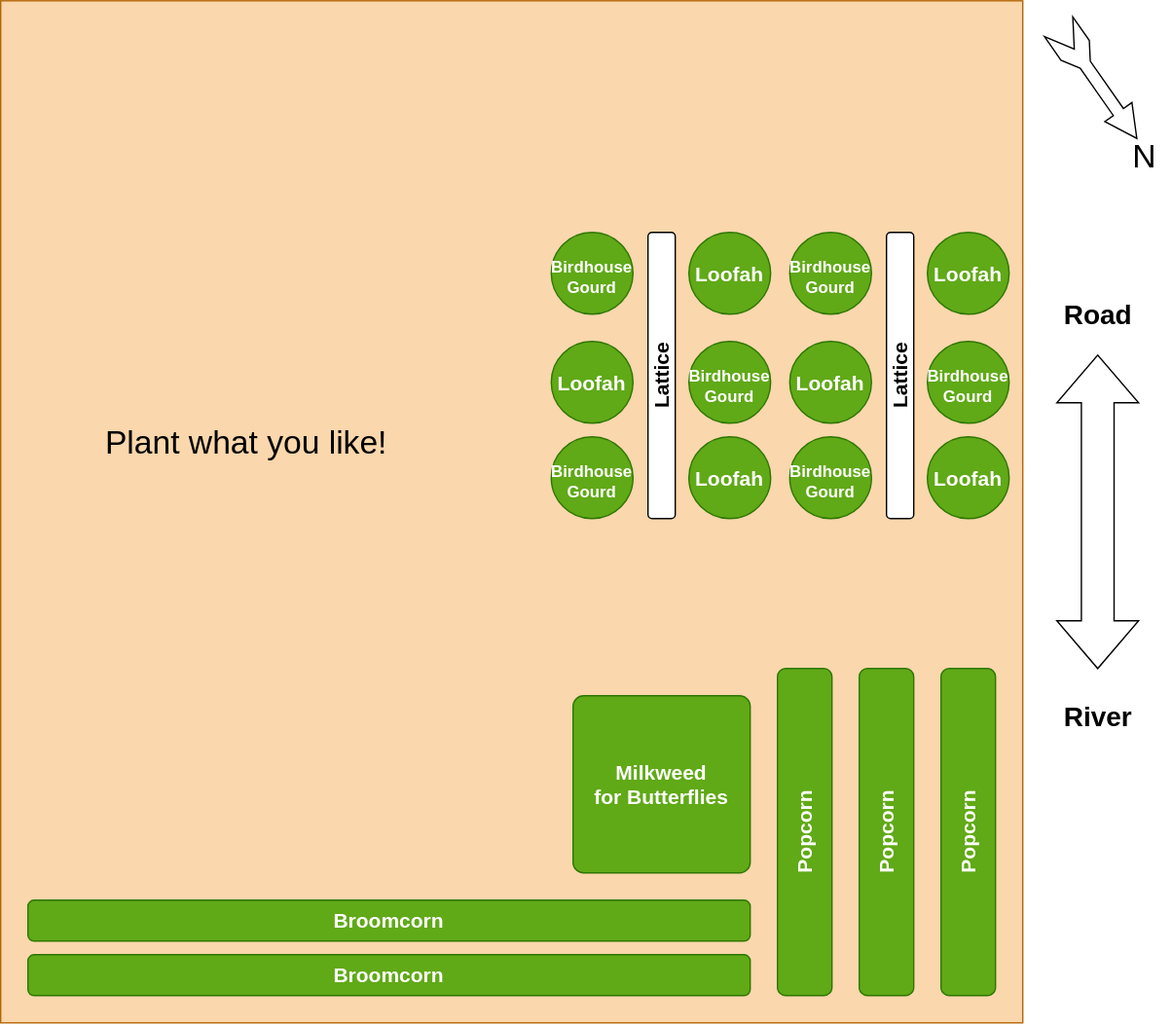
Above: assets/garden_diagram.svg in cspack170ct/garden (draw.io), before the change. Source tidied: cells renumbered, new cells last; positions are measured from the earlier drawing's top-left corner, leaving out a move shared by most shapes.
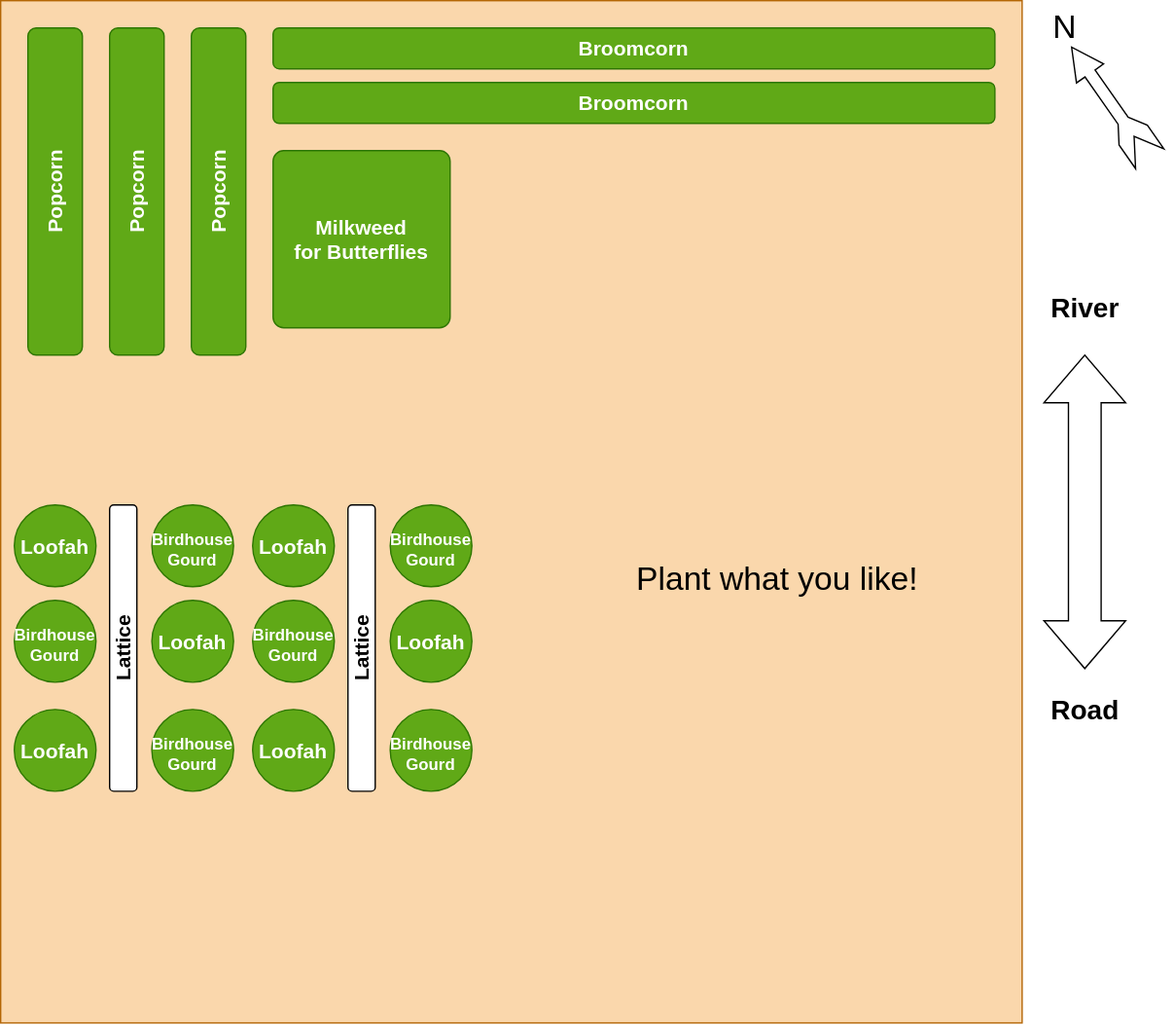
The same diagram one commit later.

Commit message:
flip map orientation, add section title and link to kolp lot maps

The edit, as a diff of the source:
```diff
@@ -2,92 +2,98 @@
   <root>
     <mxCell id="0" />
     <mxCell id="1" parent="0" />
-    <mxCell id="2" style="whiteSpace=wrap;html=1;fillColor=#fad7ac;strokeColor=#b46504;" parent="1" vertex="1">
+    <mxCell id="2" style="whiteSpace=wrap;html=1;fillColor=#fad7ac;strokeColor=#b46504;rotation=-180;" parent="1" vertex="1">
       <mxGeometry width="750" height="750" as="geometry" />
     </mxCell>
-    <mxCell id="3" value="Broomcorn" style="rounded=1;whiteSpace=wrap;html=1;fillColor=#60a917;fontColor=light-dark(#FFFFFF,#F2F2F2);strokeColor=#2D7600;fontStyle=1;fontSize=15;" parent="1" vertex="1">
-      <mxGeometry x="20" y="700" width="530" height="30" as="geometry" />
+    <mxCell id="3" value="Broomcorn" style="rounded=1;whiteSpace=wrap;html=1;fillColor=#60a917;fontColor=light-dark(#FFFFFF,#F2F2F2);strokeColor=#2D7600;fontStyle=1;fontSize=15;rotation=0;" parent="1" vertex="1">
+      <mxGeometry x="200" y="20" width="530" height="30" as="geometry" />
     </mxCell>
-    <mxCell id="4" value="Popcorn" style="rounded=1;whiteSpace=wrap;html=1;horizontal=0;fillColor=#60a917;fontColor=light-dark(#FFFFFF,#F2F2F2);strokeColor=#2D7600;fontStyle=1;fontSize=15;" parent="1" vertex="1">
-      <mxGeometry x="690" y="490" width="40" height="240" as="geometry" />
+    <mxCell id="4" value="Popcorn" style="rounded=1;whiteSpace=wrap;html=1;horizontal=0;fillColor=#60a917;fontColor=light-dark(#FFFFFF,#F2F2F2);strokeColor=#2D7600;fontStyle=1;fontSize=15;rotation=0;" parent="1" vertex="1">
+      <mxGeometry x="20" y="20" width="40" height="240" as="geometry" />
     </mxCell>
-    <mxCell id="5" style="html=1;shadow=0;dashed=0;align=center;verticalAlign=middle;shape=mxgraph.arrows2.twoWayArrow;dy=0.6;dx=35;rotation=90;fillColor=light-dark(#FFFFFF,#404040);" parent="1" vertex="1">
-      <mxGeometry x="690" y="345" width="230" height="60" as="geometry" />
-    </mxCell>
-    <mxCell id="6" value="River" style="text;html=1;align=center;verticalAlign=middle;strokeColor=none;fillColor=none;fontSize=20;fontStyle=1;" parent="1" vertex="1">
-      <mxGeometry x="770" y="505" width="70" height="40" as="geometry" />
-    </mxCell>
-    <mxCell id="7" value="Road" style="text;html=1;align=center;verticalAlign=middle;strokeColor=none;fillColor=none;fontSize=20;fontStyle=1;" parent="1" vertex="1">
-      <mxGeometry x="770" y="210" width="70" height="40" as="geometry" />
-    </mxCell>
-    <mxCell id="8" value="Broomcorn" style="rounded=1;whiteSpace=wrap;html=1;fillColor=#60a917;fontColor=light-dark(#FFFFFF,#F2F2F2);strokeColor=#2D7600;fontStyle=1;fontSize=15;" parent="1" vertex="1">
-      <mxGeometry x="20" y="660" width="530" height="30" as="geometry" />
+    <mxCell id="8" value="Broomcorn" style="rounded=1;whiteSpace=wrap;html=1;fillColor=#60a917;fontColor=light-dark(#FFFFFF,#F2F2F2);strokeColor=#2D7600;fontStyle=1;fontSize=15;rotation=0;" parent="1" vertex="1">
+      <mxGeometry x="200" y="60" width="530" height="30" as="geometry" />
     </mxCell>
-    <mxCell id="9" value="Popcorn" style="rounded=1;whiteSpace=wrap;html=1;horizontal=0;fillColor=#60a917;fontColor=light-dark(#FFFFFF,#F2F2F2);strokeColor=#2D7600;fontStyle=1;fontSize=15;" parent="1" vertex="1">
-      <mxGeometry x="630" y="490" width="40" height="240" as="geometry" />
+    <mxCell id="9" value="Popcorn" style="rounded=1;whiteSpace=wrap;html=1;horizontal=0;fillColor=#60a917;fontColor=light-dark(#FFFFFF,#F2F2F2);strokeColor=#2D7600;fontStyle=1;fontSize=15;rotation=0;" parent="1" vertex="1">
+      <mxGeometry x="80" y="20" width="40" height="240" as="geometry" />
     </mxCell>
-    <mxCell id="10" value="Popcorn" style="rounded=1;whiteSpace=wrap;html=1;horizontal=0;fillColor=#60a917;fontColor=light-dark(#FFFFFF,#F2F2F2);strokeColor=#2D7600;fontStyle=1;fontSize=15;" parent="1" vertex="1">
-      <mxGeometry x="570" y="490" width="40" height="240" as="geometry" />
+    <mxCell id="10" value="Popcorn" style="rounded=1;whiteSpace=wrap;html=1;horizontal=0;fillColor=#60a917;fontColor=light-dark(#FFFFFF,#F2F2F2);strokeColor=#2D7600;fontStyle=1;fontSize=15;rotation=0;" parent="1" vertex="1">
+      <mxGeometry x="140" y="20" width="40" height="240" as="geometry" />
     </mxCell>
-    <mxCell id="11" value="&lt;div&gt;Milkweed&lt;/div&gt;&lt;div&gt;for Butterflies&lt;/div&gt;" style="rounded=1;whiteSpace=wrap;html=1;arcSize=6;fillColor=#60a917;fontColor=light-dark(#FFFFFF,#F2F2F2);strokeColor=#2D7600;fontStyle=1;fontSize=15;" parent="1" vertex="1">
-      <mxGeometry x="420" y="510" width="130" height="130" as="geometry" />
+    <mxCell id="11" value="&lt;div&gt;Milkweed&lt;/div&gt;&lt;div&gt;for Butterflies&lt;/div&gt;" style="rounded=1;whiteSpace=wrap;html=1;arcSize=6;fillColor=#60a917;fontColor=light-dark(#FFFFFF,#F2F2F2);strokeColor=#2D7600;fontStyle=1;fontSize=15;rotation=0;" parent="1" vertex="1">
+      <mxGeometry x="200" y="110" width="130" height="130" as="geometry" />
     </mxCell>
-    <mxCell id="12" style="group;" parent="1" vertex="1">
-      <mxGeometry x="560" y="140" width="180" height="240" as="geometry" />
+    <mxCell id="12" style="group;rotation=-180;" parent="1" vertex="1">
+      <mxGeometry x="10" y="370" width="180" height="240" as="geometry" />
     </mxCell>
-    <mxCell id="13" value="Lattice" style="rounded=1;whiteSpace=wrap;html=1;horizontal=0;fillColor=light-dark(#FFFFFF,#707070);fontStyle=1;fontSize=15;" parent="12" vertex="1">
-      <mxGeometry x="90" y="30" width="20" height="210" as="geometry" />
+    <mxCell id="13" value="Lattice" style="rounded=1;whiteSpace=wrap;html=1;horizontal=0;fillColor=light-dark(#FFFFFF,#707070);fontStyle=1;fontSize=15;rotation=0;" parent="12" vertex="1">
+      <mxGeometry x="70" width="20" height="210" as="geometry" />
     </mxCell>
-    <mxCell id="14" value="&lt;div&gt;Birdhouse&lt;/div&gt;&lt;div&gt;Gourd&lt;/div&gt;" style="ellipse;whiteSpace=wrap;html=1;fillColor=#60a917;fontColor=light-dark(#FFFFFF,#F2F2F2);strokeColor=#2D7600;fontStyle=1;fontSize=12;spacingTop=6;" parent="12" vertex="1">
-      <mxGeometry x="19" y="30" width="60" height="60" as="geometry" />
+    <mxCell id="14" value="&lt;div&gt;Birdhouse&lt;/div&gt;&lt;div&gt;Gourd&lt;/div&gt;" style="ellipse;whiteSpace=wrap;html=1;fillColor=#60a917;fontColor=light-dark(#FFFFFF,#F2F2F2);strokeColor=#2D7600;fontStyle=1;fontSize=12;spacingTop=6;rotation=0;" parent="12" vertex="1">
+      <mxGeometry x="101" y="150" width="60" height="60" as="geometry" />
     </mxCell>
-    <mxCell id="15" value="Loofah" style="ellipse;whiteSpace=wrap;html=1;fillColor=#60a917;fontColor=light-dark(#FFFFFF,#F2F2F2);strokeColor=#2D7600;fontStyle=1;fontSize=15;" parent="12" vertex="1">
-      <mxGeometry x="19" y="110" width="60" height="60" as="geometry" />
+    <mxCell id="15" value="Loofah" style="ellipse;whiteSpace=wrap;html=1;fillColor=#60a917;fontColor=light-dark(#FFFFFF,#F2F2F2);strokeColor=#2D7600;fontStyle=1;fontSize=15;rotation=0;" parent="12" vertex="1">
+      <mxGeometry x="101" y="70" width="60" height="60" as="geometry" />
     </mxCell>
-    <mxCell id="16" value="&lt;div&gt;Birdhouse&lt;/div&gt;&lt;div&gt;Gourd&lt;/div&gt;" style="ellipse;whiteSpace=wrap;html=1;fillColor=#60a917;fontColor=light-dark(#FFFFFF,#F2F2F2);strokeColor=#2D7600;fontStyle=1;fontSize=12;spacingTop=6;" parent="12" vertex="1">
-      <mxGeometry x="19" y="180" width="60" height="60" as="geometry" />
+    <mxCell id="16" value="&lt;div&gt;Birdhouse&lt;/div&gt;&lt;div&gt;Gourd&lt;/div&gt;" style="ellipse;whiteSpace=wrap;html=1;fillColor=#60a917;fontColor=light-dark(#FFFFFF,#F2F2F2);strokeColor=#2D7600;fontStyle=1;fontSize=12;spacingTop=6;rotation=0;" parent="12" vertex="1">
+      <mxGeometry x="101" width="60" height="60" as="geometry" />
     </mxCell>
-    <mxCell id="17" value="Loofah" style="ellipse;whiteSpace=wrap;html=1;fillColor=#60a917;fontColor=light-dark(#FFFFFF,#F2F2F2);strokeColor=#2D7600;fontStyle=1;fontSize=15;" parent="12" vertex="1">
-      <mxGeometry x="120" y="30" width="60" height="60" as="geometry" />
+    <mxCell id="17" value="Loofah" style="ellipse;whiteSpace=wrap;html=1;fillColor=#60a917;fontColor=light-dark(#FFFFFF,#F2F2F2);strokeColor=#2D7600;fontStyle=1;fontSize=15;rotation=0;" parent="12" vertex="1">
+      <mxGeometry y="150" width="60" height="60" as="geometry" />
     </mxCell>
-    <mxCell id="18" value="&lt;div&gt;Birdhouse&lt;/div&gt;&lt;div&gt;Gourd&lt;/div&gt;" style="ellipse;whiteSpace=wrap;html=1;fillColor=#60a917;fontColor=light-dark(#FFFFFF,#F2F2F2);strokeColor=#2D7600;fontStyle=1;fontSize=12;spacingTop=6;" parent="12" vertex="1">
-      <mxGeometry x="120" y="110" width="60" height="60" as="geometry" />
+    <mxCell id="18" value="&lt;div&gt;Birdhouse&lt;/div&gt;&lt;div&gt;Gourd&lt;/div&gt;" style="ellipse;whiteSpace=wrap;html=1;fillColor=#60a917;fontColor=light-dark(#FFFFFF,#F2F2F2);strokeColor=#2D7600;fontStyle=1;fontSize=12;spacingTop=6;rotation=0;" parent="12" vertex="1">
+      <mxGeometry y="70" width="60" height="60" as="geometry" />
     </mxCell>
-    <mxCell id="19" value="Loofah" style="ellipse;whiteSpace=wrap;html=1;fillColor=#60a917;fontColor=light-dark(#FFFFFF,#F2F2F2);strokeColor=#2D7600;fontStyle=1;fontSize=15;" parent="12" vertex="1">
-      <mxGeometry x="120" y="180" width="60" height="60" as="geometry" />
+    <mxCell id="19" value="Loofah" style="ellipse;whiteSpace=wrap;html=1;fillColor=#60a917;fontColor=light-dark(#FFFFFF,#F2F2F2);strokeColor=#2D7600;fontStyle=1;fontSize=15;rotation=0;" parent="12" vertex="1">
+      <mxGeometry width="60" height="60" as="geometry" />
     </mxCell>
-    <mxCell id="20" style="group;" parent="1" vertex="1">
-      <mxGeometry x="385" y="140" width="180" height="240" as="geometry" />
+    <mxCell id="20" style="group;rotation=-180;" parent="1" vertex="1">
+      <mxGeometry x="185" y="370" width="180" height="240" as="geometry" />
     </mxCell>
-    <mxCell id="21" value="Lattice" style="rounded=1;whiteSpace=wrap;html=1;horizontal=0;fillColor=light-dark(#FFFFFF,#707070);fontStyle=1;fontSize=15;" parent="20" vertex="1">
-      <mxGeometry x="90" y="30" width="20" height="210" as="geometry" />
+    <mxCell id="21" value="Lattice" style="rounded=1;whiteSpace=wrap;html=1;horizontal=0;fillColor=light-dark(#FFFFFF,#707070);fontStyle=1;fontSize=15;rotation=0;" parent="20" vertex="1">
+      <mxGeometry x="70" width="20" height="210" as="geometry" />
     </mxCell>
-    <mxCell id="22" value="&lt;div&gt;Birdhouse&lt;/div&gt;&lt;div&gt;Gourd&lt;/div&gt;" style="ellipse;whiteSpace=wrap;html=1;fillColor=#60a917;fontColor=light-dark(#FFFFFF,#F2F2F2);strokeColor=#2D7600;fontStyle=1;fontSize=12;spacingTop=6;" parent="20" vertex="1">
-      <mxGeometry x="19" y="30" width="60" height="60" as="geometry" />
+    <mxCell id="22" value="&lt;div&gt;Birdhouse&lt;/div&gt;&lt;div&gt;Gourd&lt;/div&gt;" style="ellipse;whiteSpace=wrap;html=1;fillColor=#60a917;fontColor=light-dark(#FFFFFF,#F2F2F2);strokeColor=#2D7600;fontStyle=1;fontSize=12;spacingTop=6;rotation=0;" parent="20" vertex="1">
+      <mxGeometry x="101" y="150" width="60" height="60" as="geometry" />
     </mxCell>
-    <mxCell id="23" value="Loofah" style="ellipse;whiteSpace=wrap;html=1;fillColor=#60a917;fontColor=light-dark(#FFFFFF,#F2F2F2);strokeColor=#2D7600;fontStyle=1;fontSize=15;" parent="20" vertex="1">
-      <mxGeometry x="19" y="110" width="60" height="60" as="geometry" />
+    <mxCell id="23" value="Loofah" style="ellipse;whiteSpace=wrap;html=1;fillColor=#60a917;fontColor=light-dark(#FFFFFF,#F2F2F2);strokeColor=#2D7600;fontStyle=1;fontSize=15;rotation=0;" parent="20" vertex="1">
+      <mxGeometry x="101" y="70" width="60" height="60" as="geometry" />
     </mxCell>
-    <mxCell id="24" value="&lt;div&gt;Birdhouse&lt;/div&gt;&lt;div&gt;Gourd&lt;/div&gt;" style="ellipse;whiteSpace=wrap;html=1;fillColor=#60a917;fontColor=light-dark(#FFFFFF,#F2F2F2);strokeColor=#2D7600;fontStyle=1;fontSize=12;spacingTop=6;" parent="20" vertex="1">
-      <mxGeometry x="19" y="180" width="60" height="60" as="geometry" />
+    <mxCell id="24" value="&lt;div&gt;Birdhouse&lt;/div&gt;&lt;div&gt;Gourd&lt;/div&gt;" style="ellipse;whiteSpace=wrap;html=1;fillColor=#60a917;fontColor=light-dark(#FFFFFF,#F2F2F2);strokeColor=#2D7600;fontStyle=1;fontSize=12;spacingTop=6;rotation=0;" parent="20" vertex="1">
+      <mxGeometry x="101" width="60" height="60" as="geometry" />
     </mxCell>
-    <mxCell id="25" value="Loofah" style="ellipse;whiteSpace=wrap;html=1;fillColor=#60a917;fontColor=light-dark(#FFFFFF,#F2F2F2);strokeColor=#2D7600;fontStyle=1;fontSize=15;" parent="20" vertex="1">
-      <mxGeometry x="120" y="30" width="60" height="60" as="geometry" />
+    <mxCell id="25" value="Loofah" style="ellipse;whiteSpace=wrap;html=1;fillColor=#60a917;fontColor=light-dark(#FFFFFF,#F2F2F2);strokeColor=#2D7600;fontStyle=1;fontSize=15;rotation=0;" parent="20" vertex="1">
+      <mxGeometry y="150" width="60" height="60" as="geometry" />
     </mxCell>
-    <mxCell id="26" value="&lt;div&gt;Birdhouse&lt;/div&gt;&lt;div&gt;Gourd&lt;/div&gt;" style="ellipse;whiteSpace=wrap;html=1;fillColor=#60a917;fontColor=light-dark(#FFFFFF,#F2F2F2);strokeColor=#2D7600;fontStyle=1;fontSize=12;spacingTop=6;" parent="20" vertex="1">
-      <mxGeometry x="120" y="110" width="60" height="60" as="geometry" />
+    <mxCell id="26" value="&lt;div&gt;Birdhouse&lt;/div&gt;&lt;div&gt;Gourd&lt;/div&gt;" style="ellipse;whiteSpace=wrap;html=1;fillColor=#60a917;fontColor=light-dark(#FFFFFF,#F2F2F2);strokeColor=#2D7600;fontStyle=1;fontSize=12;spacingTop=6;rotation=0;" parent="20" vertex="1">
+      <mxGeometry y="70" width="60" height="60" as="geometry" />
     </mxCell>
-    <mxCell id="27" value="Loofah" style="ellipse;whiteSpace=wrap;html=1;fillColor=#60a917;fontColor=light-dark(#FFFFFF,#F2F2F2);strokeColor=#2D7600;fontStyle=1;fontSize=15;" parent="20" vertex="1">
-      <mxGeometry x="120" y="180" width="60" height="60" as="geometry" />
+    <mxCell id="27" value="Loofah" style="ellipse;whiteSpace=wrap;html=1;fillColor=#60a917;fontColor=light-dark(#FFFFFF,#F2F2F2);strokeColor=#2D7600;fontStyle=1;fontSize=15;rotation=0;" parent="20" vertex="1">
+      <mxGeometry width="60" height="60" as="geometry" />
     </mxCell>
-    <mxCell id="28" value="Plant what you like!" style="text;html=1;align=center;verticalAlign=middle;strokeColor=none;fillColor=none;fontSize=24;" parent="1" vertex="1">
-      <mxGeometry x="65" y="305" width="230" height="40" as="geometry" />
+    <mxCell id="28" value="Plant what you like!" style="text;html=1;align=center;verticalAlign=middle;strokeColor=none;fillColor=none;fontSize=24;rotation=0;" parent="1" vertex="1">
+      <mxGeometry x="455" y="405" width="230" height="40" as="geometry" />
     </mxCell>
+    <mxCell id="31" style="group;" parent="1" vertex="1">
+      <mxGeometry x="761" width="99.1" height="127.4" as="geometry" />
+    </mxCell>
-    <mxCell id="29" style="html=1;shadow=0;dashed=0;align=center;verticalAlign=middle;shape=mxgraph.arrows2.tailedNotchedArrow;dy1=4.51;dx1=23.59;notch=20;arrowHead=7.64;dx2=21.14;dy2=12.68;rotation=55;" parent="1" vertex="1">
-      <mxGeometry x="755" y="40" width="100" height="40" as="geometry" />
+    <mxCell id="29" style="html=1;shadow=0;dashed=0;align=center;verticalAlign=middle;shape=mxgraph.arrows2.tailedNotchedArrow;dy1=4.51;dx1=23.59;notch=20;arrowHead=7.64;dx2=21.14;dy2=12.68;rotation=-125;" parent="31" vertex="1">
+      <mxGeometry x="4" y="55" width="100" height="40" as="geometry" />
     </mxCell>
-    <mxCell id="30" value="N" style="text;html=1;align=center;verticalAlign=middle;strokeColor=none;fillColor=none;fontSize=24;" parent="1" vertex="1">
-      <mxGeometry x="819" y="95" width="40" height="40" as="geometry" />
+    <mxCell id="30" value="N" style="text;html=1;align=center;verticalAlign=middle;strokeColor=none;fillColor=none;fontSize=24;rotation=0;" parent="31" vertex="1">
+      <mxGeometry width="40" height="40" as="geometry" />
     </mxCell>
+    <mxCell id="32" style="group;" parent="1" vertex="1">
+      <mxGeometry x="761" y="205" width="70" height="335" as="geometry" />
+    </mxCell>
+    <mxCell id="5" style="html=1;shadow=0;dashed=0;align=center;verticalAlign=middle;shape=mxgraph.arrows2.twoWayArrow;dy=0.6;dx=35;rotation=-90;fillColor=light-dark(#FFFFFF,#404040);" parent="32" vertex="1">
+      <mxGeometry x="-80" y="140" width="230" height="60" as="geometry" />
+    </mxCell>
+    <mxCell id="6" value="River" style="text;html=1;align=center;verticalAlign=middle;strokeColor=none;fillColor=none;fontSize=20;fontStyle=1;rotation=0;" parent="32" vertex="1">
+      <mxGeometry width="70" height="40" as="geometry" />
+    </mxCell>
+    <mxCell id="7" value="Road" style="text;html=1;align=center;verticalAlign=middle;strokeColor=none;fillColor=none;fontSize=20;fontStyle=1;rotation=0;" parent="32" vertex="1">
+      <mxGeometry y="295" width="70" height="40" as="geometry" />
+    </mxCell>
   </root>
 </mxGraphModel>
```
